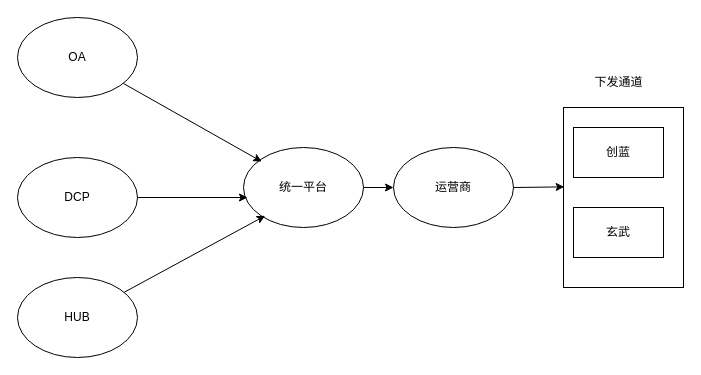
This is page "财务系统设计领域设计" (26 of 26) of Untitled Diagram.drawio from liufuchen88/test2, a draw.io file, before an edit. Source tidied: cells renumbered, new cells numbered last; positions are measured from the earlier drawing's top-left corner, leaving out a move shared by most shapes. Both pictures are drawn from the tidied source at 100%, with x=0, y=0 at pixel (17, 17).
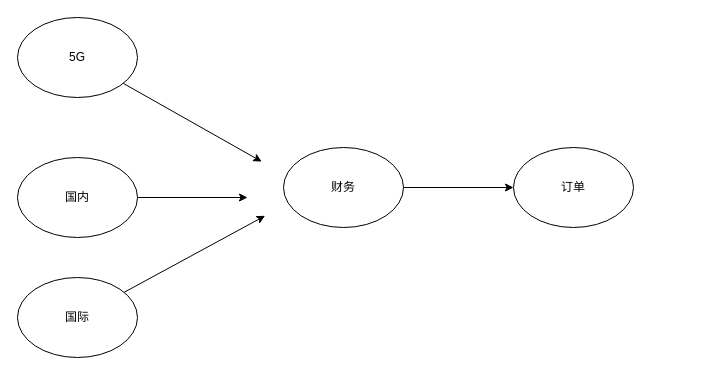
After the change.

What changed in the source:
```diff
@@
 <mxGraphModel>
   <root>
     <mxCell id="0" />
     <mxCell id="1" parent="0" />
     <mxCell id="2" style="edgeStyle=none;rounded=0;jettySize=auto;html=1;exitX=1;exitY=0.5;exitDx=0;exitDy=0;" parent="1" edge="1" source="3" target="11">
       <mxGeometry relative="1" as="geometry" />
     </mxCell>
-    <mxCell id="3" value="统一平台" style="ellipse;whiteSpace=wrap;html=1;" parent="1" vertex="1">
-      <mxGeometry x="226" y="130" width="120" height="80" as="geometry" />
+    <mxCell id="3" value="财务" style="ellipse;whiteSpace=wrap;html=1;" parent="1" vertex="1">
+      <mxGeometry x="266" y="130" width="120" height="80" as="geometry" />
     </mxCell>
     <mxCell id="4" style="rounded=0;jettySize=auto;html=1;" parent="1" edge="1" source="5">
       <mxGeometry relative="1" as="geometry">
         <mxPoint x="244.2" y="144.1" as="targetPoint" />
       </mxGeometry>
     </mxCell>
-    <mxCell id="5" value="OA" style="ellipse;whiteSpace=wrap;html=1;" parent="1" vertex="1">
+    <mxCell id="5" value="5G" style="ellipse;whiteSpace=wrap;html=1;" parent="1" vertex="1">
       <mxGeometry width="120" height="80" as="geometry" />
     </mxCell>
     <mxCell id="6" style="edgeStyle=none;rounded=0;jettySize=auto;html=1;entryX=0;entryY=0.625;entryDx=0;entryDy=0;entryPerimeter=0;" parent="1" edge="1" source="7">
       <mxGeometry relative="1" as="geometry">
         <mxPoint x="230" y="180" as="targetPoint" />
       </mxGeometry>
     </mxCell>
-    <mxCell id="7" value="DCP" style="ellipse;whiteSpace=wrap;html=1;" parent="1" vertex="1">
+    <mxCell id="7" value="国内" style="ellipse;whiteSpace=wrap;html=1;" parent="1" vertex="1">
       <mxGeometry y="140" width="120" height="80" as="geometry" />
     </mxCell>
     <mxCell id="8" style="edgeStyle=none;rounded=0;jettySize=auto;html=1;entryX=0;entryY=1;entryDx=0;entryDy=0;" parent="1" edge="1" source="9">
       <mxGeometry relative="1" as="geometry">
         <mxPoint x="247.6" y="198.3" as="targetPoint" />
       </mxGeometry>
     </mxCell>
-    <mxCell id="9" value="HUB" style="ellipse;whiteSpace=wrap;html=1;" parent="1" vertex="1">
+    <mxCell id="9" value="国际" style="ellipse;whiteSpace=wrap;html=1;" parent="1" vertex="1">
       <mxGeometry y="260" width="120" height="80" as="geometry" />
     </mxCell>
-    <mxCell id="10" style="edgeStyle=none;rounded=0;jettySize=auto;html=1;entryX=0.006;entryY=0.441;entryDx=0;entryDy=0;entryPerimeter=0;" parent="1" edge="1" source="11" target="12">
-      <mxGeometry relative="1" as="geometry" />
-    </mxCell>
-    <mxCell id="11" value="运营商" style="ellipse;whiteSpace=wrap;html=1;" parent="1" vertex="1">
-      <mxGeometry x="376" y="130" width="120" height="80" as="geometry" />
+    <mxCell id="11" value="订单" style="ellipse;whiteSpace=wrap;html=1;" parent="1" vertex="1">
+      <mxGeometry x="496" y="130" width="120" height="80" as="geometry" />
     </mxCell>
-    <mxCell id="12" style="rounded=0;whiteSpace=wrap;html=1;" parent="1" vertex="1">
-      <mxGeometry x="546" y="90" width="120" height="180" as="geometry" />
-    </mxCell>
-    <mxCell id="13" value="下发通道" style="text;html=1;align=center;verticalAlign=middle;strokeColor=none;fillColor=none;" parent="1" vertex="1">
-      <mxGeometry x="566" y="50" width="70" height="30" as="geometry" />
-    </mxCell>
-    <mxCell id="14" value="创蓝" style="rounded=0;whiteSpace=wrap;html=1;" parent="1" vertex="1">
-      <mxGeometry x="556" y="110" width="90" height="50" as="geometry" />
-    </mxCell>
-    <mxCell id="15" value="玄武" style="rounded=0;whiteSpace=wrap;html=1;" parent="1" vertex="1">
-      <mxGeometry x="556" y="190" width="90" height="50" as="geometry" />
-    </mxCell>
   </root>
 </mxGraphModel>
```
